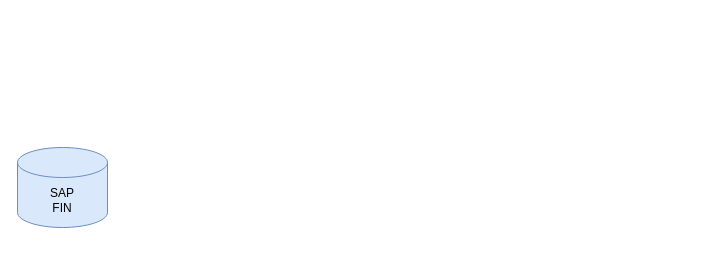
Above: JET_Customer_Supplier_Invoice_Inbound.drawio in sandyaroma/sandyaroma (draw.io), before the change. Source tidied: cells renumbered, new cells numbered last; positions are measured from the earlier drawing's top-left corner, leaving out a move shared by most shapes. Both pictures are drawn from the tidied source at 100%, with x=0, y=0 at pixel (17, 147).
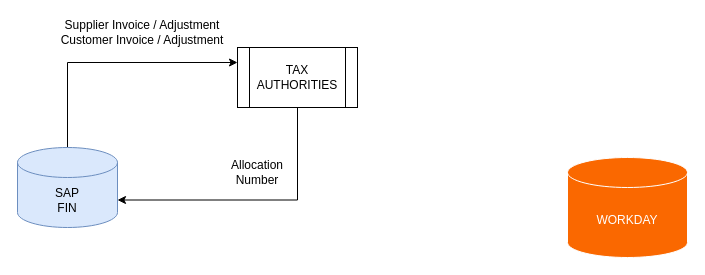
The same page after the edit.

Change to the diagram source:
```diff
@@
 <mxGraphModel>
   <root>
     <mxCell id="0" />
     <mxCell id="1" parent="0" />
+    <mxCell id="3" style="edgeStyle=orthogonalEdgeStyle;rounded=0;jettySize=auto;html=1;exitX=0.5;exitY=0;exitDx=0;exitDy=0;exitPerimeter=0;entryX=0;entryY=0.25;entryDx=0;entryDy=0;" parent="1" edge="1" source="2" target="5">
+      <mxGeometry relative="1" as="geometry" />
+    </mxCell>
     <mxCell id="2" value="SAP&lt;div&gt;FIN&lt;/div&gt;" style="shape=cylinder3;whiteSpace=wrap;html=1;boundedLbl=1;backgroundOutline=1;size=15;fillColor=#dae8fc;strokeColor=#6c8ebf;" parent="1" vertex="1">
-      <mxGeometry width="90" height="80" as="geometry" />
+      <mxGeometry width="100" height="80" as="geometry" />
     </mxCell>
+    <mxCell id="4" value="&lt;font color=&quot;#ffffff&quot;&gt;WORKDAY&lt;/font&gt;" style="shape=cylinder3;whiteSpace=wrap;html=1;boundedLbl=1;backgroundOutline=1;size=15;fillColor=#fa6800;fontColor=#000000;strokeColor=#FFFFFF;" parent="1" vertex="1">
+      <mxGeometry x="550" y="10" width="120" height="100" as="geometry" />
+    </mxCell>
+    <mxCell id="5" value="TAX&lt;div&gt;AUTHORITIES&lt;/div&gt;" style="shape=process;whiteSpace=wrap;html=1;backgroundOutline=1;" parent="1" vertex="1">
+      <mxGeometry x="220" y="-100" width="120" height="60" as="geometry" />
+    </mxCell>
+    <mxCell id="6" style="edgeStyle=orthogonalEdgeStyle;rounded=0;jettySize=auto;html=1;exitX=0.5;exitY=1;exitDx=0;exitDy=0;entryX=1;entryY=0;entryDx=0;entryDy=52.5;entryPerimeter=0;" parent="1" edge="1" source="5" target="2">
+      <mxGeometry relative="1" as="geometry" />
+    </mxCell>
+    <mxCell id="7" value="Allocation Number" style="text;html=1;align=center;verticalAlign=middle;whiteSpace=wrap;rounded=0;" parent="1" vertex="1">
+      <mxGeometry x="210" y="10" width="60" height="30" as="geometry" />
+    </mxCell>
+    <mxCell id="8" value="Supplier Invoice / Adjustment&lt;div&gt;Customer Invoice / Adjustment&lt;/div&gt;" style="text;html=1;align=center;verticalAlign=middle;whiteSpace=wrap;rounded=0;" parent="1" vertex="1">
+      <mxGeometry x="40" y="-130" width="170" height="30" as="geometry" />
+    </mxCell>
   </root>
 </mxGraphModel>
```
